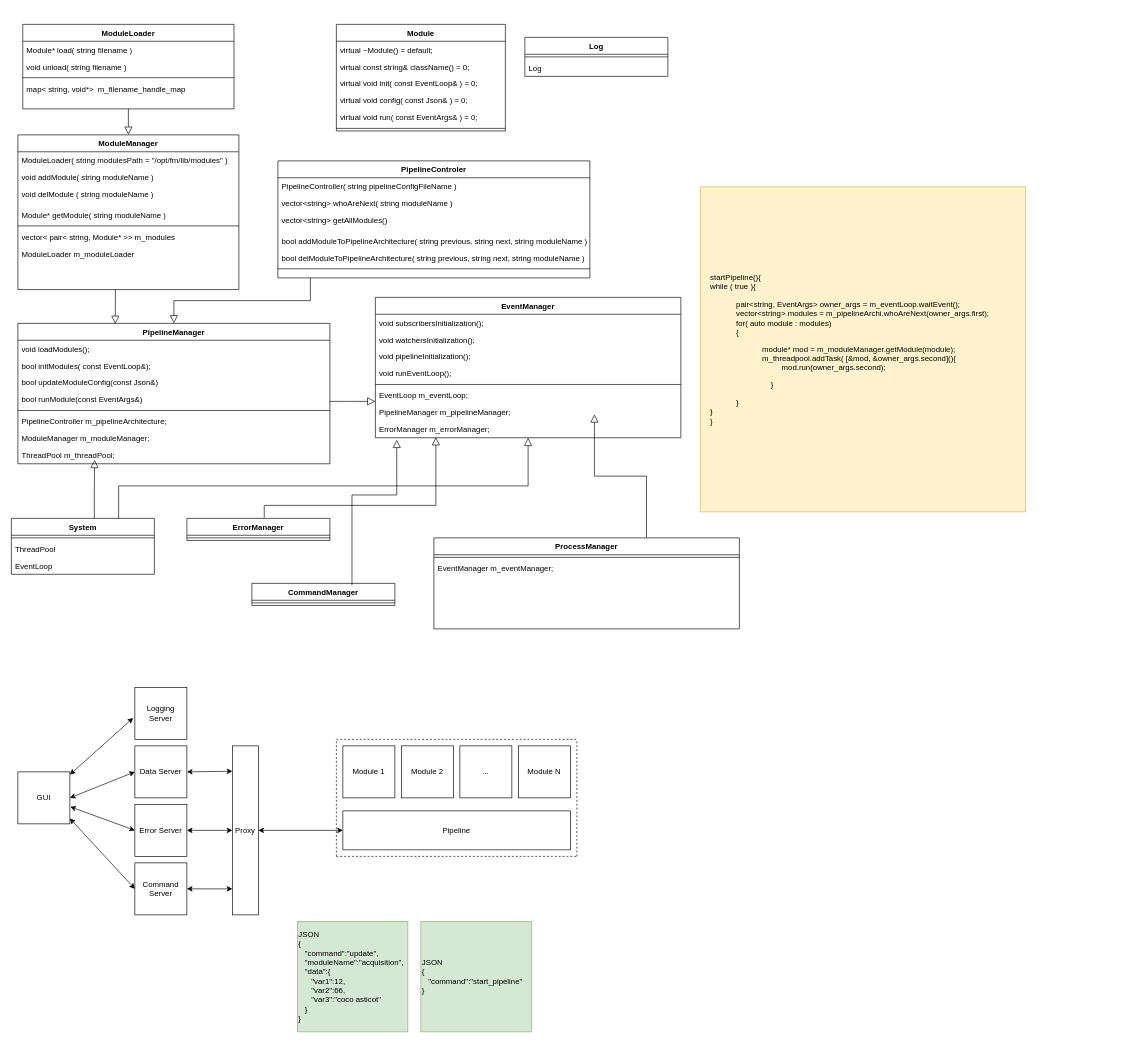
The draw.io diagram Docs/architectureSchema.drawio in vivipac/Architecture, before the edit. Source tidied: cells renumbered, new cells numbered last; positions are measured from the earlier drawing's top-left corner, leaving out a move shared by most shapes. Both pictures are drawn from the tidied source at 65%, with x=0, y=0 at pixel (11, 24).
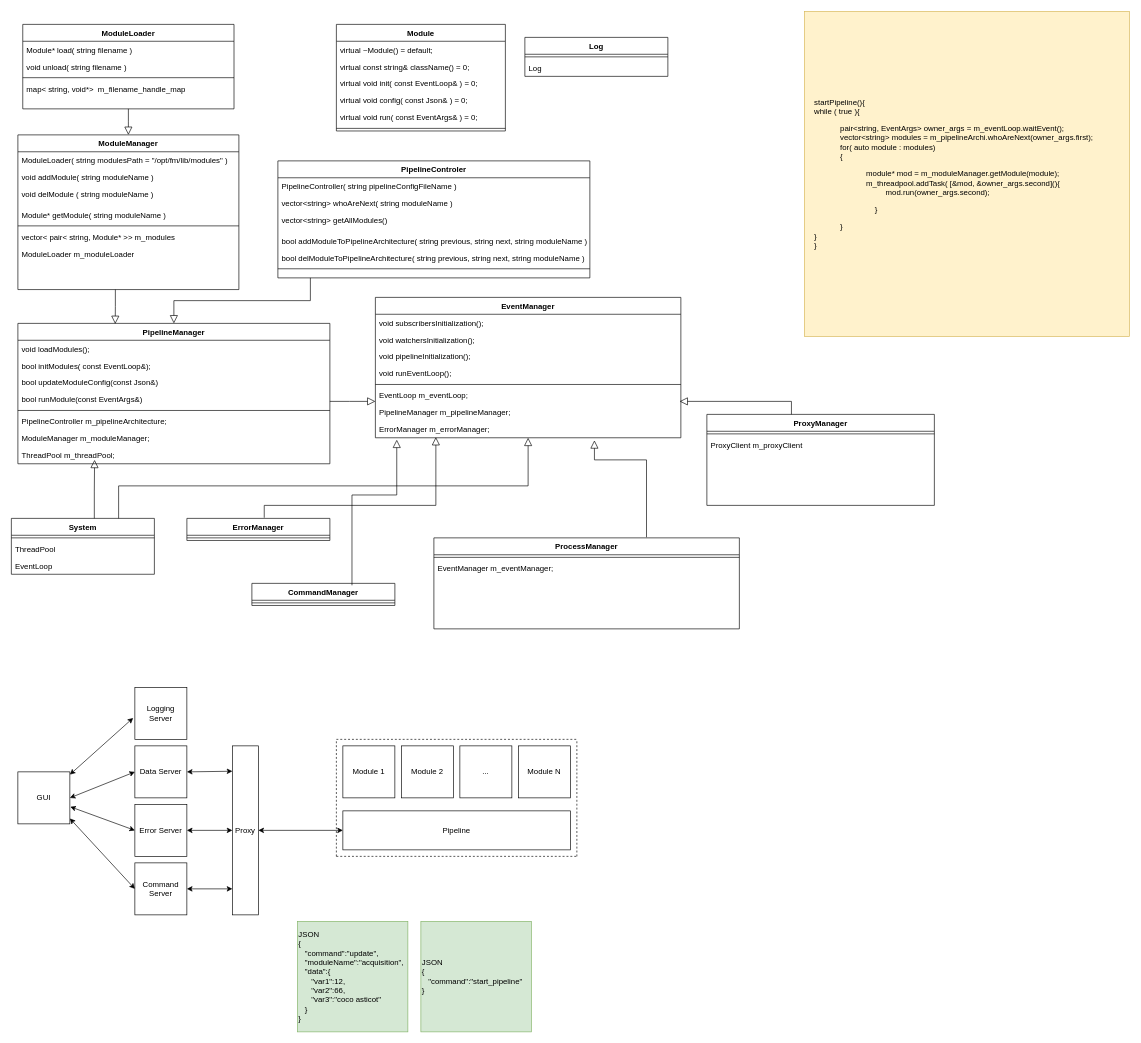
Above is the later version.

Unchanged cells that the change refers to:
```xml
<mxCell id="81" value="PipelineManager m_pipelineManager;" style="text;align=left;verticalAlign=top;spacingLeft=4;spacingRight=4;overflow=hidden;points=[[0,0.5],[1,0.5]];portConstraint=eastwest;rounded=0;shadow=0;html=0;" parent="74" vertex="1">
  <mxGeometry y="164" width="470" height="26" as="geometry" />
</mxCell>
<mxCell id="83" value="ProcessManager" style="swimlane;fontStyle=1;align=center;verticalAlign=top;horizontal=1;startSize=26;rounded=0;shadow=0;strokeWidth=1;" parent="1" vertex="1">
  <mxGeometry x="650" y="790" width="470" height="140" as="geometry" />
</mxCell>
```

Change to the diagram source:
```diff
@@
     <mxCell id="64" value="&lt;div align=&quot;left&quot;&gt;&lt;font color=&quot;#000000&quot;&gt;startPipeline(){&lt;/font&gt;&lt;/div&gt;&lt;div align=&quot;left&quot;&gt;&lt;font color=&quot;#000000&quot;&gt;&lt;span style=&quot;&quot;&gt;&#9;&lt;/span&gt;while ( true ){&lt;/font&gt;&lt;/div&gt;&lt;blockquote&gt;&lt;div align=&quot;left&quot;&gt;&lt;font color=&quot;#000000&quot;&gt;&lt;span style=&quot;&quot;&gt;&#9;&lt;/span&gt;&lt;span style=&quot;&quot;&gt;&#9;pair&amp;lt;string, EventArgs&amp;gt; owner_args = m_eventLoop.&lt;/span&gt;waitEvent();&lt;br&gt;&lt;span style=&quot;&quot;&gt;&#9;&lt;/span&gt;&lt;span style=&quot;&quot;&gt;&#9;&lt;/span&gt;vector&amp;lt;string&amp;gt; modules = m_pipelineArchi.whoAreNext(&lt;span style=&quot;&quot;&gt;owner_args&lt;/span&gt;.first);&lt;br&gt;&lt;span style=&quot;&quot;&gt;&#9;&lt;/span&gt;&lt;span style=&quot;&quot;&gt;&#9;&lt;/span&gt;for( auto module : modules)&lt;br&gt;&lt;span style=&quot;&quot;&gt;&#9;&lt;/span&gt;&lt;span style=&quot;&quot;&gt;&#9;&lt;/span&gt;{&lt;/font&gt;&lt;/div&gt;&lt;blockquote&gt;&lt;div align=&quot;left&quot;&gt;&lt;font color=&quot;#000000&quot;&gt;&lt;span style=&quot;&quot;&gt;&lt;span style=&quot;&quot;&gt;&#9;&lt;/span&gt;&lt;span style=&quot;&quot;&gt;&#9;&lt;/span&gt;&lt;span style=&quot;&quot;&gt;&#9;&lt;/span&gt;&lt;span style=&quot;&quot;&gt;&#9;&lt;/span&gt;module* mod = m_moduleManager.getModule(module);&lt;br&gt;&lt;/span&gt;&lt;/font&gt;&lt;/div&gt;&lt;div align=&quot;left&quot;&gt;&lt;font color=&quot;#000000&quot;&gt;&lt;span style=&quot;&quot;&gt;&lt;span style=&quot;&quot;&gt;&#9;&lt;/span&gt;&lt;span style=&quot;&quot;&gt;&#9;&lt;/span&gt;&lt;span style=&quot;&quot;&gt;&#9;&lt;/span&gt;&lt;span style=&quot;&quot;&gt;&#9;&lt;/span&gt;m_threadpool.addTask( [&amp;amp;mod, &amp;amp;&lt;/span&gt;&lt;span style=&quot;&quot;&gt;owner_args.second](){&lt;/span&gt;&lt;/font&gt;&lt;/div&gt;&lt;div align=&quot;left&quot;&gt;&lt;font color=&quot;#000000&quot;&gt;&lt;span style=&quot;white-space: pre;&quot;&gt;&#9;&lt;/span&gt;&lt;span style=&quot;&quot;&gt;&lt;span style=&quot;&quot;&gt;&#9;&lt;/span&gt;&lt;span style=&quot;&quot;&gt;&#9;&lt;/span&gt;&lt;span style=&quot;&quot;&gt;&#9;&lt;/span&gt;mod.run(&lt;/span&gt;&lt;span style=&quot;&quot;&gt;&lt;/span&gt;&lt;span style=&quot;&quot;&gt;owner_args.second);&lt;/span&gt;&lt;/font&gt;&lt;/div&gt;&lt;/blockquote&gt;&lt;div align=&quot;left&quot;&gt;&lt;font color=&quot;#000000&quot;&gt;&lt;span style=&quot;&quot;&gt;&lt;span style=&quot;&quot;&gt;&#9;&lt;/span&gt;&lt;span style=&quot;white-space: pre;&quot;&gt;&#9;&lt;/span&gt;&lt;span style=&quot;white-space: pre;&quot;&gt;&#9;&lt;/span&gt;}&lt;br&gt;&lt;/span&gt;&lt;/font&gt;&lt;/div&gt;&lt;/blockquote&gt;&lt;div align=&quot;left&quot;&gt;&lt;font color=&quot;#000000&quot;&gt;&lt;span style=&quot;&quot;&gt;&lt;span style=&quot;&quot;&gt;&#9;&lt;/span&gt;&lt;span style=&quot;&quot;&gt;&#9;&lt;/span&gt;&lt;span style=&quot;&quot;&gt;&#9;&lt;/span&gt;&amp;nbsp;&amp;nbsp;&amp;nbsp;&lt;span style=&quot;white-space: pre;&quot;&gt;&#9;&lt;/span&gt;&amp;nbsp; &amp;nbsp; }&#9;&lt;/span&gt;&lt;span style=&quot;&quot;&gt;&#9;&lt;/span&gt;&lt;br&gt;&lt;/font&gt;&lt;/div&gt;&lt;div align=&quot;left&quot;&gt;&lt;font color=&quot;#000000&quot;&gt;&lt;span style=&quot;&quot;&gt;&#9;&lt;/span&gt;}&lt;br&gt;&lt;/font&gt;&lt;/div&gt;&lt;div align=&quot;left&quot;&gt;&lt;font color=&quot;#000000&quot;&gt;}&lt;br&gt;&lt;/font&gt;&lt;/div&gt;" style="whiteSpace=wrap;html=1;fillColor=#fff2cc;strokeColor=#d6b656;" parent="1" vertex="1">
-      <mxGeometry x="1060" y="250" width="500" height="500" as="geometry" />
+      <mxGeometry x="1220" y="-20" width="500" height="500" as="geometry" />
     </mxCell>
@@
     <mxCell id="89" style="endArrow=block;endSize=10;endFill=0;shadow=0;strokeWidth=1;rounded=0;edgeStyle=elbowEdgeStyle;elbow=vertical;exitX=0.696;exitY=-0.007;exitDx=0;exitDy=0;exitPerimeter=0;" parent="1" edge="1" source="83">
       <mxGeometry x="1" y="-243" relative="1" as="geometry">
-        <mxPoint x="897" y="600" as="targetPoint" />
+        <mxPoint x="897" y="640" as="targetPoint" />
+        <Array as="points">
+          <mxPoint x="950" y="670" />
+          <mxPoint x="900" y="650" />
+        </Array>
         <mxPoint x="203" y="240" as="offset" />
       </mxGeometry>
     </mxCell>
@@
+    <mxCell id="96" value="ProxyManager" style="swimlane;fontStyle=1;align=center;verticalAlign=top;horizontal=1;startSize=26;rounded=0;shadow=0;strokeWidth=1;" parent="1" vertex="1">
+      <mxGeometry x="1070" y="600" width="350" height="140" as="geometry" />
+    </mxCell>
+    <mxCell id="97" style="line;html=1;strokeWidth=1;align=left;verticalAlign=middle;spacingTop=-1;spacingLeft=3;spacingRight=3;labelPosition=right;" parent="96" vertex="1">
+      <mxGeometry y="26" width="350" height="8" as="geometry" />
+    </mxCell>
+    <mxCell id="98" value="ProxyClient m_proxyClient" style="text;align=left;verticalAlign=top;spacingLeft=4;spacingRight=4;overflow=hidden;rounded=0;shadow=0;html=0;" parent="96" vertex="1">
+      <mxGeometry y="34" width="350" height="26" as="geometry" />
+    </mxCell>
+    <mxCell id="99" style="endArrow=block;endSize=10;endFill=0;shadow=0;strokeWidth=1;rounded=0;edgeStyle=elbowEdgeStyle;elbow=vertical;exitX=0.696;exitY=-0.007;exitDx=0;exitDy=0;exitPerimeter=0;entryX=0.996;entryY=-0.154;entryDx=0;entryDy=0;entryPerimeter=0;" parent="1" edge="1" target="81">
+      <mxGeometry x="1" y="-243" relative="1" as="geometry">
+        <mxPoint x="1200.1" y="600" as="sourcePoint" />
+        <Array as="points">
+          <mxPoint x="1110" y="580" />
+          <mxPoint x="1070" y="590" />
+          <mxPoint x="1140" y="570" />
+          <mxPoint x="1123" y="461" />
+        </Array>
+        <mxPoint x="203" y="240" as="offset" />
+      </mxGeometry>
+    </mxCell>
```
